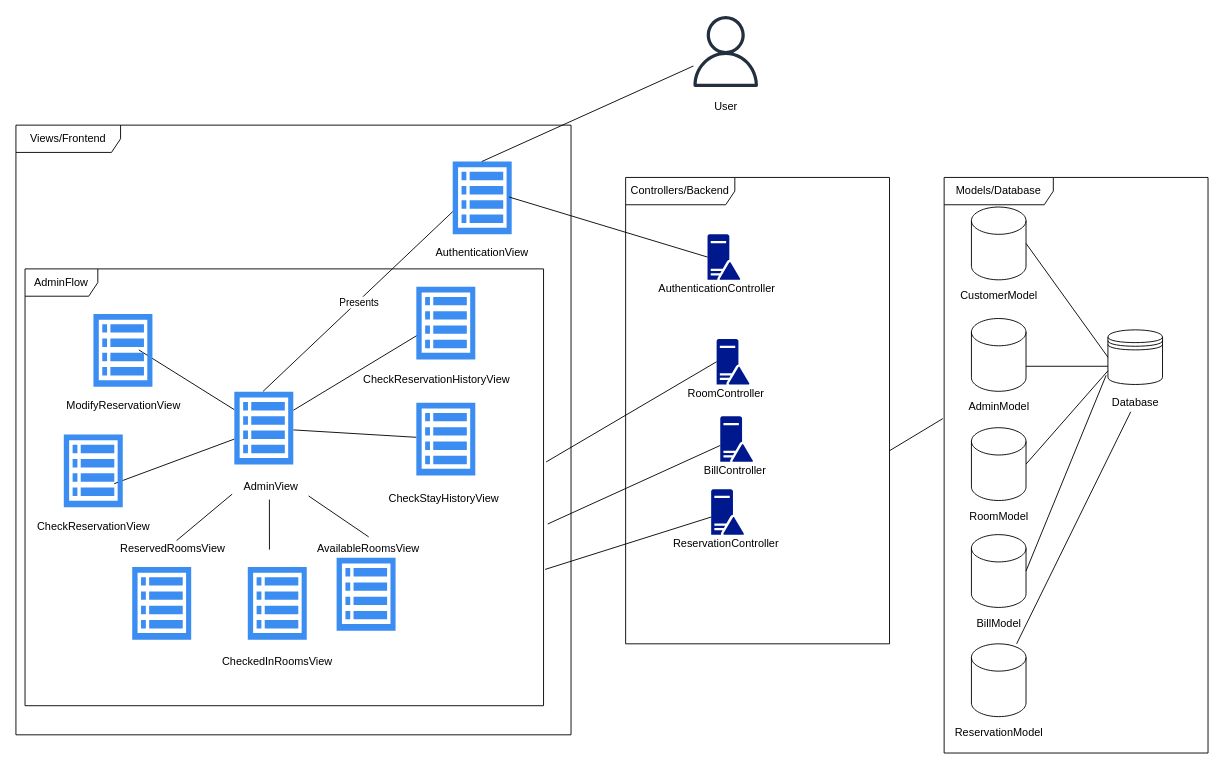
Before: Diagrams/SystemArchitecture/System Architecture.drawio in mclhtay/CS4471, a draw.io diagram. Source tidied: cells renumbered, new cells numbered last; positions are measured from the earlier drawing's top-left corner, leaving out a move shared by most shapes. Both pictures are drawn from the tidied source at 91%, with x=0, y=0 at pixel (15, 15).
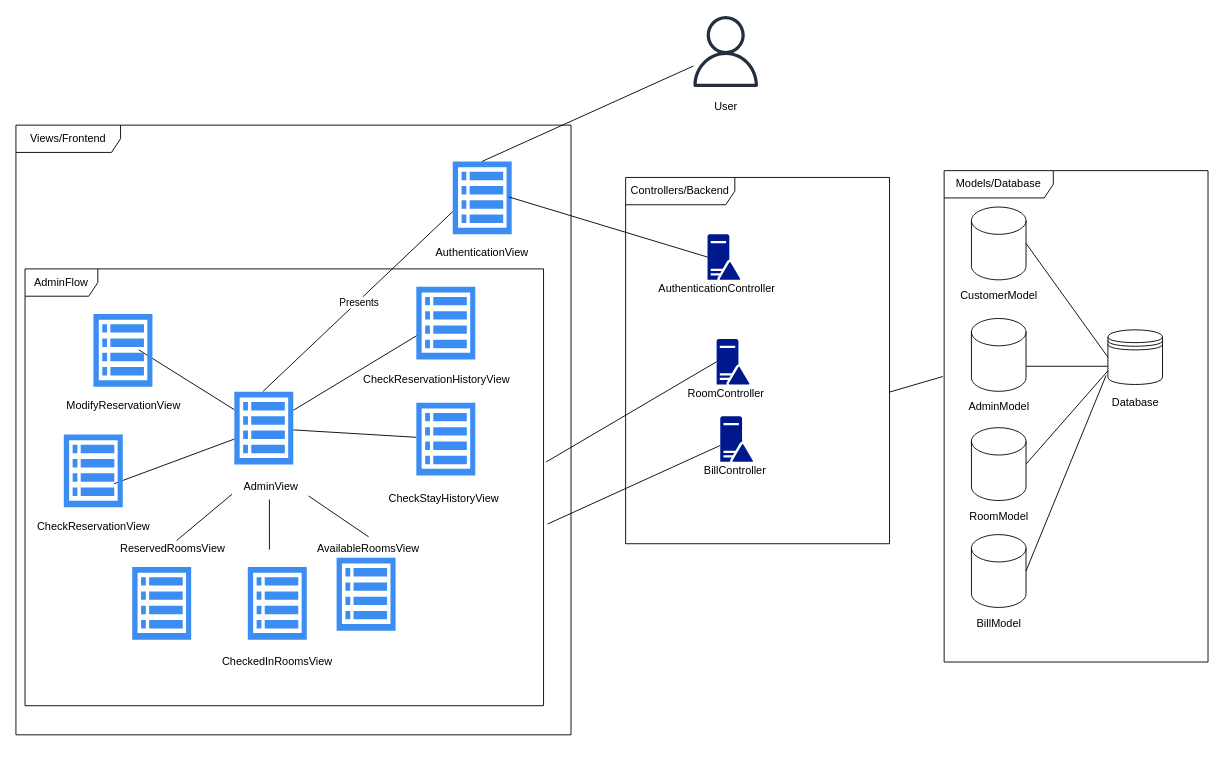
The same diagram, later.

The change refers to these unchanged cells:
```xml
<mxCell id="3" value="AdminFlow" style="shape=umlFrame;whiteSpace=wrap;html=1;width=80;height=30;" parent="1" vertex="1">
  <mxGeometry x="10" y="278" width="569.8" height="480" as="geometry" />
</mxCell>
<mxCell id="46" value="Database" style="text;html=1;align=center;verticalAlign=middle;points=[];" parent="1" vertex="1">
  <mxGeometry x="1195" y="415" width="70" height="20" as="geometry" />
</mxCell>
```

Diff of the diagram source:
```diff
@@
     <mxCell id="4" value="Models/Database" style="shape=umlFrame;whiteSpace=wrap;html=1;width=120;height=30;" parent="1" vertex="1">
-      <mxGeometry x="1020" y="177.5" width="290" height="632.5" as="geometry" />
+      <mxGeometry x="1020" y="170" width="290" height="540" as="geometry" />
     </mxCell>
     <mxCell id="5" value="Controllers/Backend" style="shape=umlFrame;whiteSpace=wrap;html=1;width=120;height=30;" parent="1" vertex="1">
-      <mxGeometry x="670" y="177.5" width="290" height="512.5" as="geometry" />
+      <mxGeometry x="670" y="177.5" width="290" height="402.5" as="geometry" />
     </mxCell>
@@
-    <mxCell id="52" style="rounded=0;jettySize=auto;html=1;entryX=1.003;entryY=0.688;entryDx=0;entryDy=0;entryPerimeter=0;endArrow=none;endFill=0;" parent="1" edge="1" source="53" target="3">
-      <mxGeometry relative="1" as="geometry" />
-    </mxCell>
-    <mxCell id="53" style="shadow=0;dashed=0;html=1;strokeColor=none;labelPosition=center;verticalLabelPosition=bottom;verticalAlign=top;align=center;fillColor=#00188D;shape=mxgraph.mscae.enterprise.domain_controller;" parent="1" vertex="1">
-      <mxGeometry x="764" y="520" width="36" height="50" as="geometry" />
-    </mxCell>
-    <mxCell id="54" value="ReservationController" style="text;html=1;align=center;verticalAlign=middle;" parent="1" vertex="1">
-      <mxGeometry x="710" y="565" width="140" height="30" as="geometry" />
-    </mxCell>
@@
-    <mxCell id="63" style="edgeStyle=none;rounded=0;jettySize=auto;html=1;endArrow=none;endFill=0;" parent="1" edge="1" source="64" target="46">
-      <mxGeometry relative="1" as="geometry" />
-    </mxCell>
-    <mxCell id="64" style="shape=cylinder3;whiteSpace=wrap;html=1;boundedLbl=1;backgroundOutline=1;size=15;" parent="1" vertex="1">
-      <mxGeometry x="1050" y="690" width="60" height="80" as="geometry" />
-    </mxCell>
-    <mxCell id="65" value="ReservationModel" style="text;html=1;align=center;verticalAlign=middle;" parent="1" vertex="1">
-      <mxGeometry x="1020" y="772.5" width="120" height="30" as="geometry" />
-    </mxCell>
```
